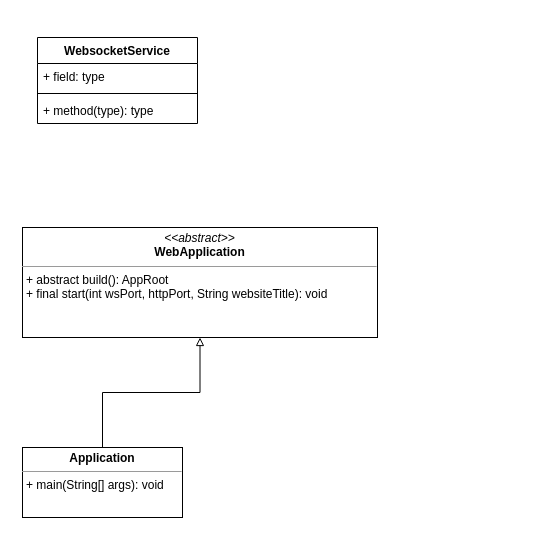
Above: page "All Classes" (4 of 4) of plan/WebGraphics.drawio in VelocityPackage/webJ (draw.io), before the change. Source tidied: cells renumbered, new cells numbered last; positions are measured from the earlier drawing's top-left corner, leaving out a move shared by most shapes. Both pictures are drawn from the tidied source at 100%, with x=0, y=0 at pixel (22, 37).
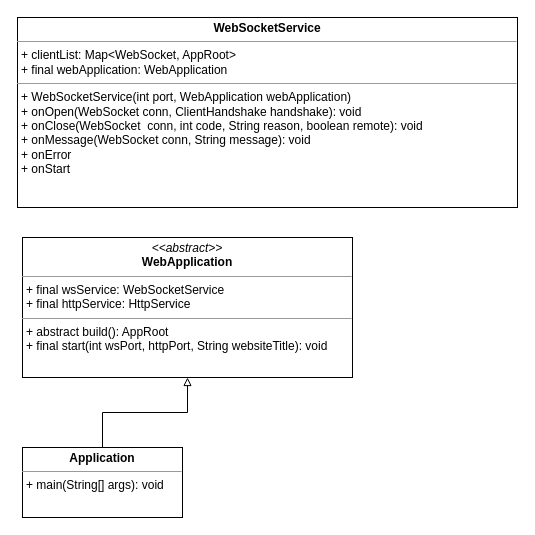
Above is the later version.

Commit message:
marvin mielchen

What changed in the source:
```diff
@@
 <mxGraphModel>
   <root>
     <mxCell id="0" />
     <mxCell id="1" parent="0" />
-    <mxCell id="2" value="WebsocketService" style="swimlane;fontStyle=1;align=center;verticalAlign=top;horizontal=1;startSize=26;" parent="1" vertex="1">
-      <mxGeometry x="15" width="160" height="86" as="geometry" />
-    </mxCell>
-    <mxCell id="3" value="+ field: type" style="text;strokeColor=none;fillColor=none;align=left;verticalAlign=top;spacingLeft=4;spacingRight=4;overflow=hidden;" parent="2" vertex="1">
-      <mxGeometry y="26" width="160" height="26" as="geometry" />
-    </mxCell>
-    <mxCell id="4" style="line;strokeWidth=1;fillColor=none;align=left;verticalAlign=middle;spacingTop=-1;spacingLeft=3;spacingRight=3;labelPosition=right;" parent="2" vertex="1">
-      <mxGeometry y="52" width="160" height="8" as="geometry" />
-    </mxCell>
-    <mxCell id="5" value="+ method(type): type" style="text;strokeColor=none;fillColor=none;align=left;verticalAlign=top;spacingLeft=4;spacingRight=4;overflow=hidden;" parent="2" vertex="1">
-      <mxGeometry y="60" width="160" height="26" as="geometry" />
-    </mxCell>
-    <mxCell id="6" value="&lt;p style=&quot;margin: 0px ; margin-top: 4px ; text-align: center&quot;&gt;&lt;i&gt;&amp;lt;&amp;lt;abstract&amp;gt;&amp;gt;&lt;/i&gt;&lt;br&gt;&lt;b&gt;WebApplication&lt;/b&gt;&lt;/p&gt;&lt;hr size=&quot;1&quot;&gt;&lt;p style=&quot;margin: 0px ; margin-left: 4px&quot;&gt;+ abstract build(): AppRoot&lt;/p&gt;&lt;p style=&quot;margin: 0px ; margin-left: 4px&quot;&gt;+ final start(int wsPort, httpPort, String websiteTitle): void&lt;/p&gt;" style="verticalAlign=top;align=left;overflow=fill;fontSize=12;fontFamily=Helvetica;html=1;" parent="1" vertex="1">
-      <mxGeometry y="190" width="355" height="110" as="geometry" />
-    </mxCell>
-    <mxCell id="7" style="edgeStyle=orthogonalEdgeStyle;rounded=0;jettySize=auto;html=1;endArrow=block;endFill=0;" parent="1" edge="1" source="8" target="6">
+    <mxCell id="7" style="edgeStyle=orthogonalEdgeStyle;rounded=0;jettySize=auto;html=1;endArrow=block;endFill=0;" parent="1" edge="1" source="8" target="9">
       <mxGeometry relative="1" as="geometry" />
     </mxCell>
     <mxCell id="8" value="&lt;p style=&quot;margin: 0px ; margin-top: 4px ; text-align: center&quot;&gt;&lt;b&gt;Application&lt;/b&gt;&lt;/p&gt;&lt;hr size=&quot;1&quot;&gt;&lt;p style=&quot;margin: 0px ; margin-left: 4px&quot;&gt;+ main(String[] args): void&lt;/p&gt;" style="verticalAlign=top;align=left;overflow=fill;fontSize=12;fontFamily=Helvetica;html=1;" parent="1" vertex="1">
       <mxGeometry y="410" width="160" height="70" as="geometry" />
     </mxCell>
+    <mxCell id="9" value="&lt;p style=&quot;margin: 0px ; margin-top: 4px ; text-align: center&quot;&gt;&lt;i&gt;&amp;lt;&amp;lt;abstract&amp;gt;&amp;gt;&lt;/i&gt;&lt;br&gt;&lt;b&gt;WebApplication&lt;/b&gt;&lt;/p&gt;&lt;hr size=&quot;1&quot;&gt;&lt;p style=&quot;margin: 0px ; margin-left: 4px&quot;&gt;+ final wsService: WebSocketService&lt;br&gt;+ final httpService: HttpService&lt;/p&gt;&lt;hr size=&quot;1&quot;&gt;&lt;p style=&quot;margin: 0px 0px 0px 4px&quot;&gt;+ abstract build(): AppRoot&lt;/p&gt;&lt;p style=&quot;margin: 0px 0px 0px 4px&quot;&gt;+ final start(int wsPort, httpPort, String websiteTitle): void&lt;/p&gt;" style="verticalAlign=top;align=left;overflow=fill;fontSize=12;fontFamily=Helvetica;html=1;" parent="1" vertex="1">
+      <mxGeometry y="200" width="330" height="140" as="geometry" />
+    </mxCell>
+    <mxCell id="10" value="&lt;p style=&quot;margin: 0px ; margin-top: 4px ; text-align: center&quot;&gt;&lt;b&gt;WebSocketService&lt;/b&gt;&lt;/p&gt;&lt;hr size=&quot;1&quot;&gt;&lt;p style=&quot;margin: 0px ; margin-left: 4px&quot;&gt;+ clientList: Map&amp;lt;WebSocket, AppRoot&amp;gt;&lt;/p&gt;&lt;p style=&quot;margin: 0px ; margin-left: 4px&quot;&gt;+ final webApplication: WebApplication&lt;/p&gt;&lt;hr size=&quot;1&quot;&gt;&lt;p style=&quot;margin: 0px ; margin-left: 4px&quot;&gt;+ WebSocketService(int port, WebApplication webApplication)&lt;/p&gt;&lt;p style=&quot;margin: 0px ; margin-left: 4px&quot;&gt;+ onOpen(WebSocket conn, ClientHandshake handshake): void&lt;/p&gt;&lt;p style=&quot;margin: 0px ; margin-left: 4px&quot;&gt;+ onClose(WebSocket&amp;nbsp; conn, int code, String reason, boolean remote): void&lt;/p&gt;&lt;p style=&quot;margin: 0px ; margin-left: 4px&quot;&gt;+ onMessage(WebSocket conn, String message): void&lt;/p&gt;&lt;p style=&quot;margin: 0px ; margin-left: 4px&quot;&gt;+ onError&lt;/p&gt;&lt;p style=&quot;margin: 0px ; margin-left: 4px&quot;&gt;+ onStart&lt;/p&gt;&lt;p style=&quot;margin: 0px ; margin-left: 4px&quot;&gt;&lt;br&gt;&lt;/p&gt;" style="verticalAlign=top;align=left;overflow=fill;fontSize=12;fontFamily=Helvetica;html=1;" parent="1" vertex="1">
+      <mxGeometry x="-5" y="-20" width="500" height="190" as="geometry" />
+    </mxCell>
   </root>
 </mxGraphModel>
```
